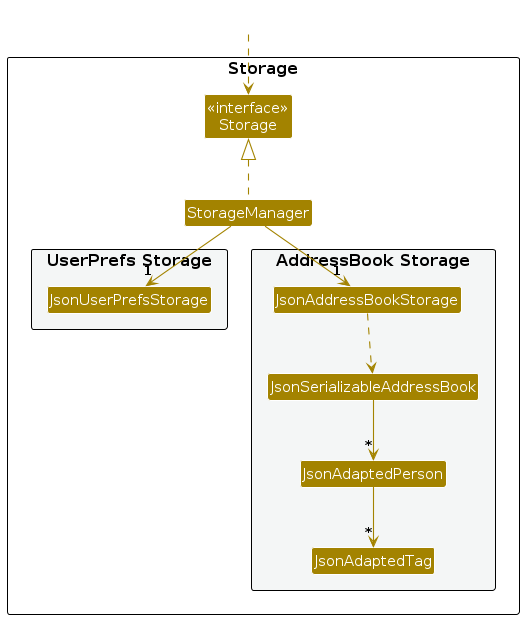
Before: diagrams/StorageClassDiagram.png, a diagram exported from PlantUML (AY2627S1-CS2103T-F14a-2/tp). Its source is kept beside it as diagrams/StorageClassDiagram.puml.
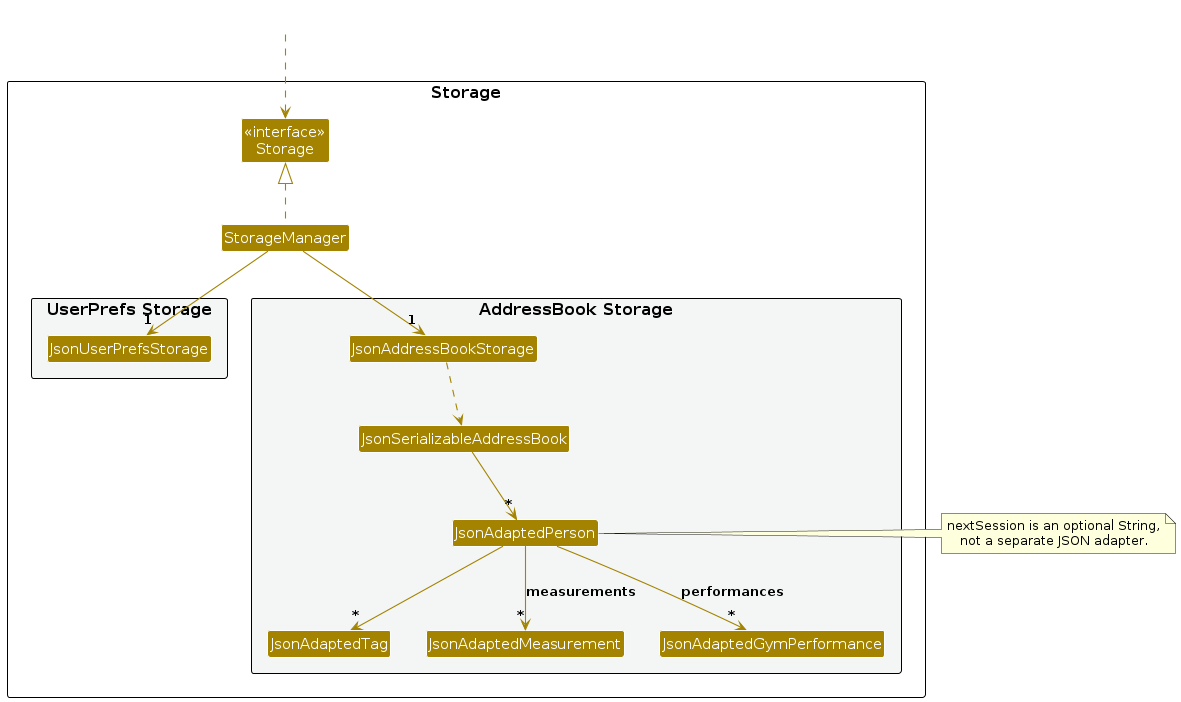
After the commit.

The edit, as a diff of the source:
```diff
@@ -18,6 +18,8 @@
 Class JsonSerializableAddressBook
 Class JsonAdaptedPerson
 Class JsonAdaptedTag
+Class JsonAdaptedMeasurement
+Class JsonAdaptedGymPerformance
 }
 
 }
@@ -32,5 +34,12 @@
 JsonAddressBookStorage ..> JsonSerializableAddressBook
 JsonSerializableAddressBook --> "*" JsonAdaptedPerson
 JsonAdaptedPerson --> "*" JsonAdaptedTag
+JsonAdaptedPerson --> "*" JsonAdaptedMeasurement : measurements
+JsonAdaptedPerson --> "*" JsonAdaptedGymPerformance : performances
+
+note right of JsonAdaptedPerson
+  nextSession is an optional String,
+  not a separate JSON adapter.
+end note
 
 @enduml
```
